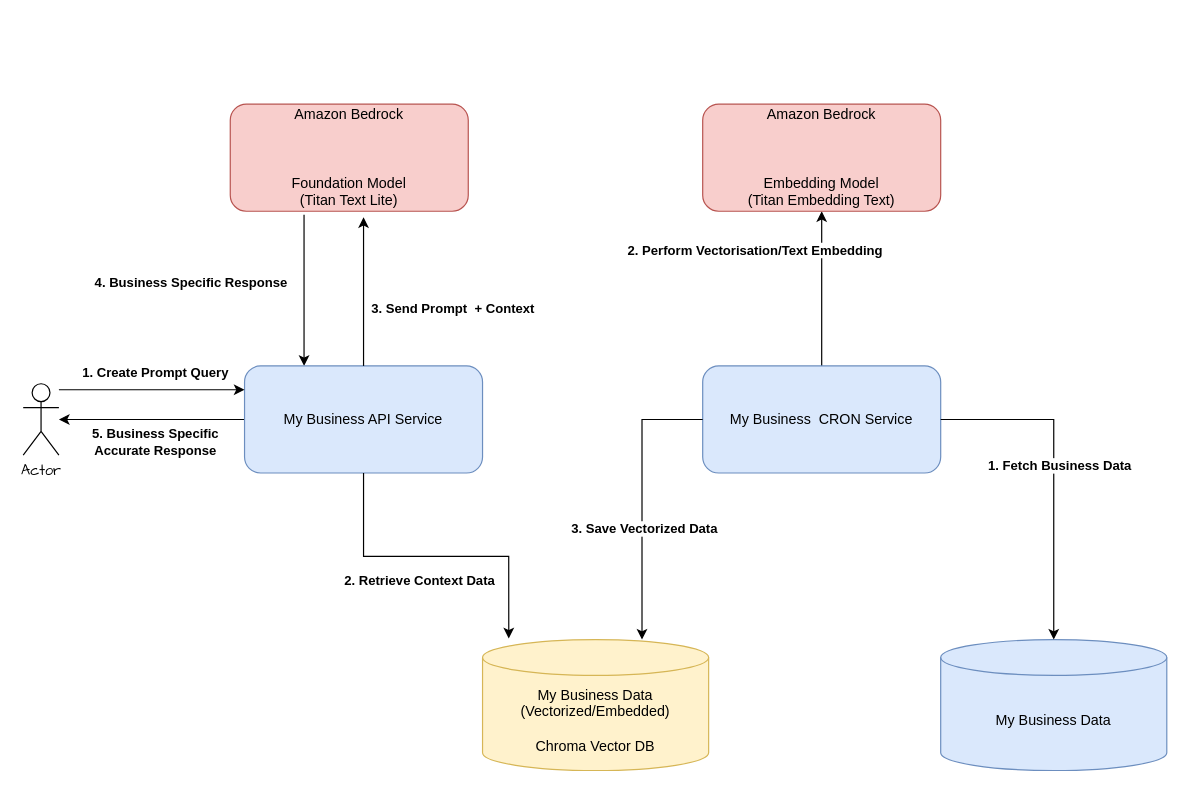
Above: RAG.drawio in itzmedinesh/drawings (draw.io), before the change. Source tidied: cells renumbered, new cells numbered last; positions are measured from the earlier drawing's top-left corner, leaving out a move shared by most shapes. Both pictures are drawn from the tidied source at 119%, with x=0, y=0 at pixel (23, 104).
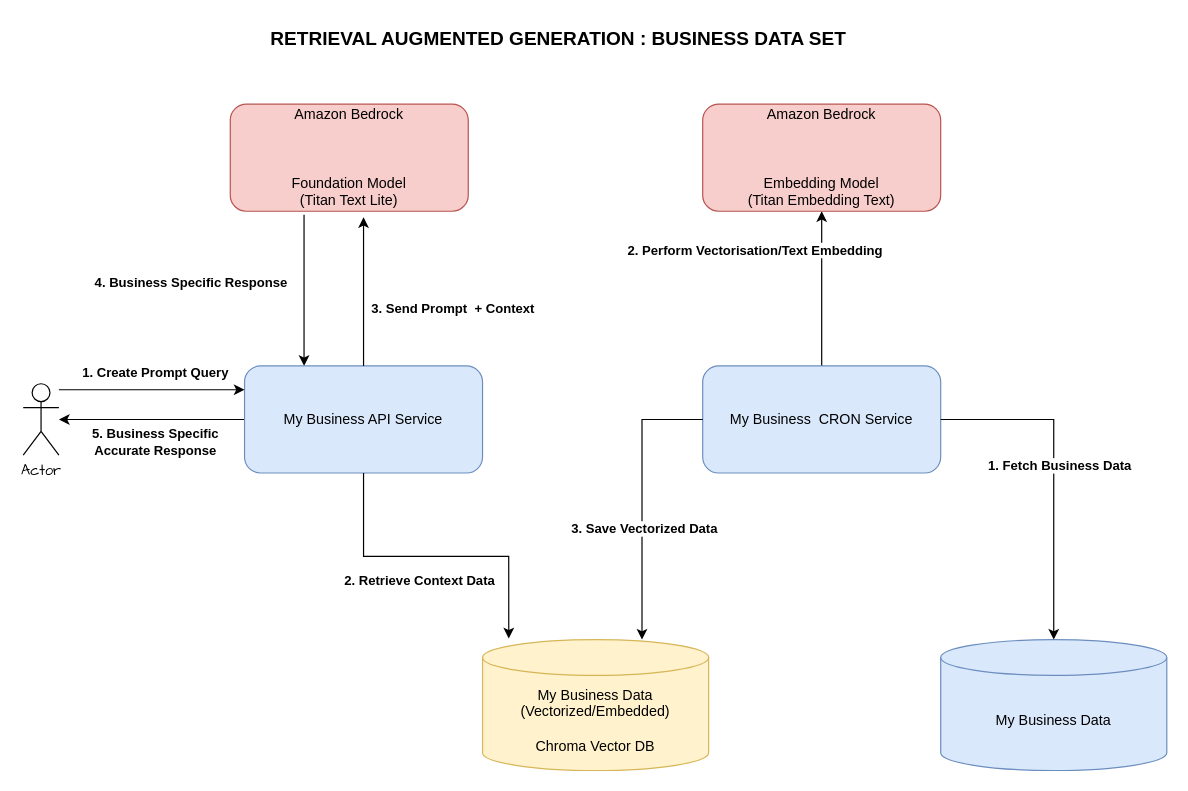
After the change.

Change to the diagram source:
```diff
@@
+    <mxCell id="25" value="RETRIEVAL AUGMENTED GENERATION : BUSINESS DATA SET" style="text;align=center;verticalAlign=middle;whiteSpace=wrap;rounded=0;html=1;fontSize=16;fontStyle=1;" parent="1" vertex="1">
+      <mxGeometry x="120" y="-70" width="660" height="30" as="geometry" />
+    </mxCell>
```
